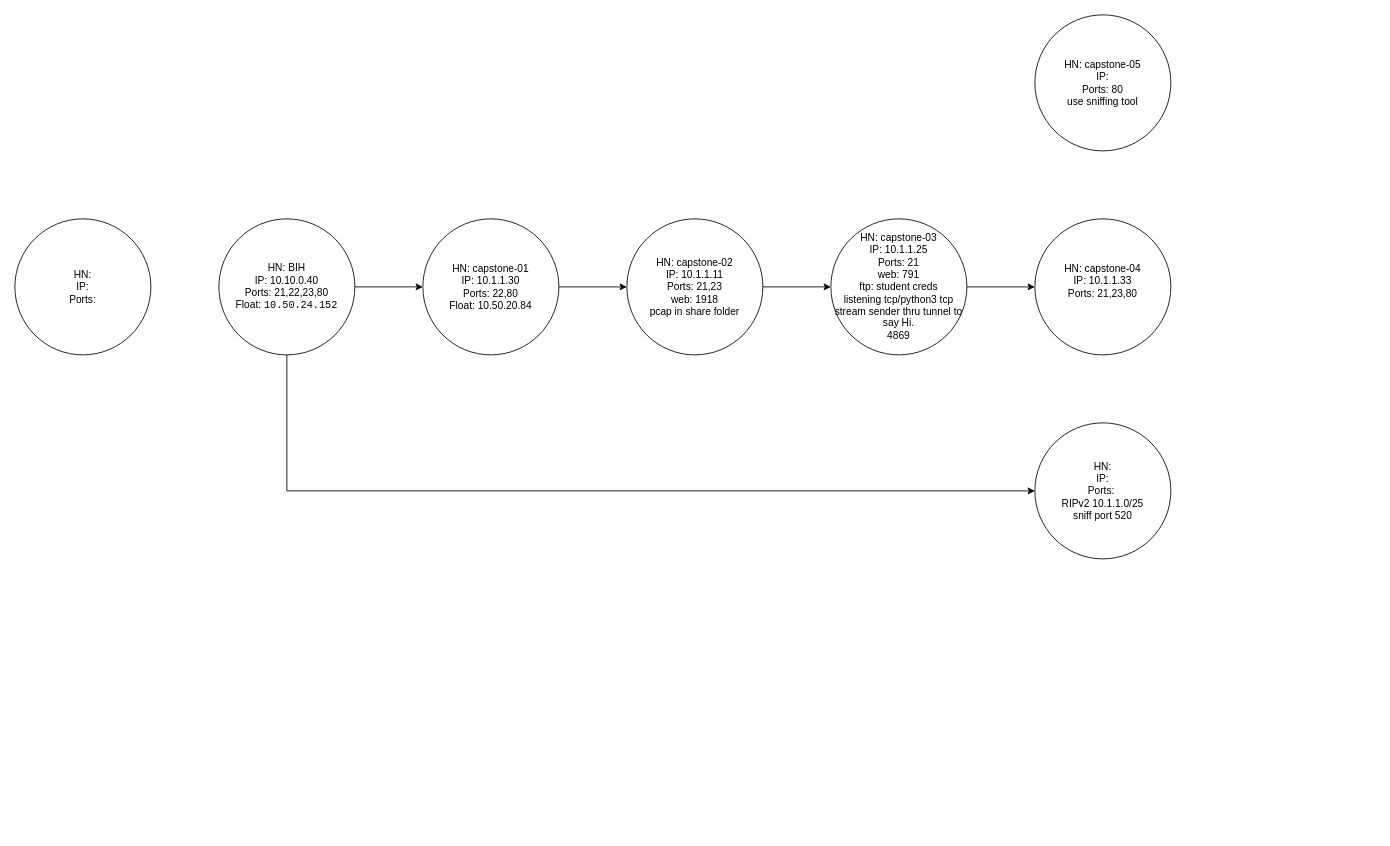
Above: capstonemap.drawio in matthewjrobinson24/networking (draw.io), before the change. Source tidied: cells renumbered, new cells numbered last; positions are measured from the earlier drawing's top-left corner, leaving out a move shared by most shapes. Both pictures are drawn from the tidied source at 85%, with x=0, y=0 at pixel (14, 14).
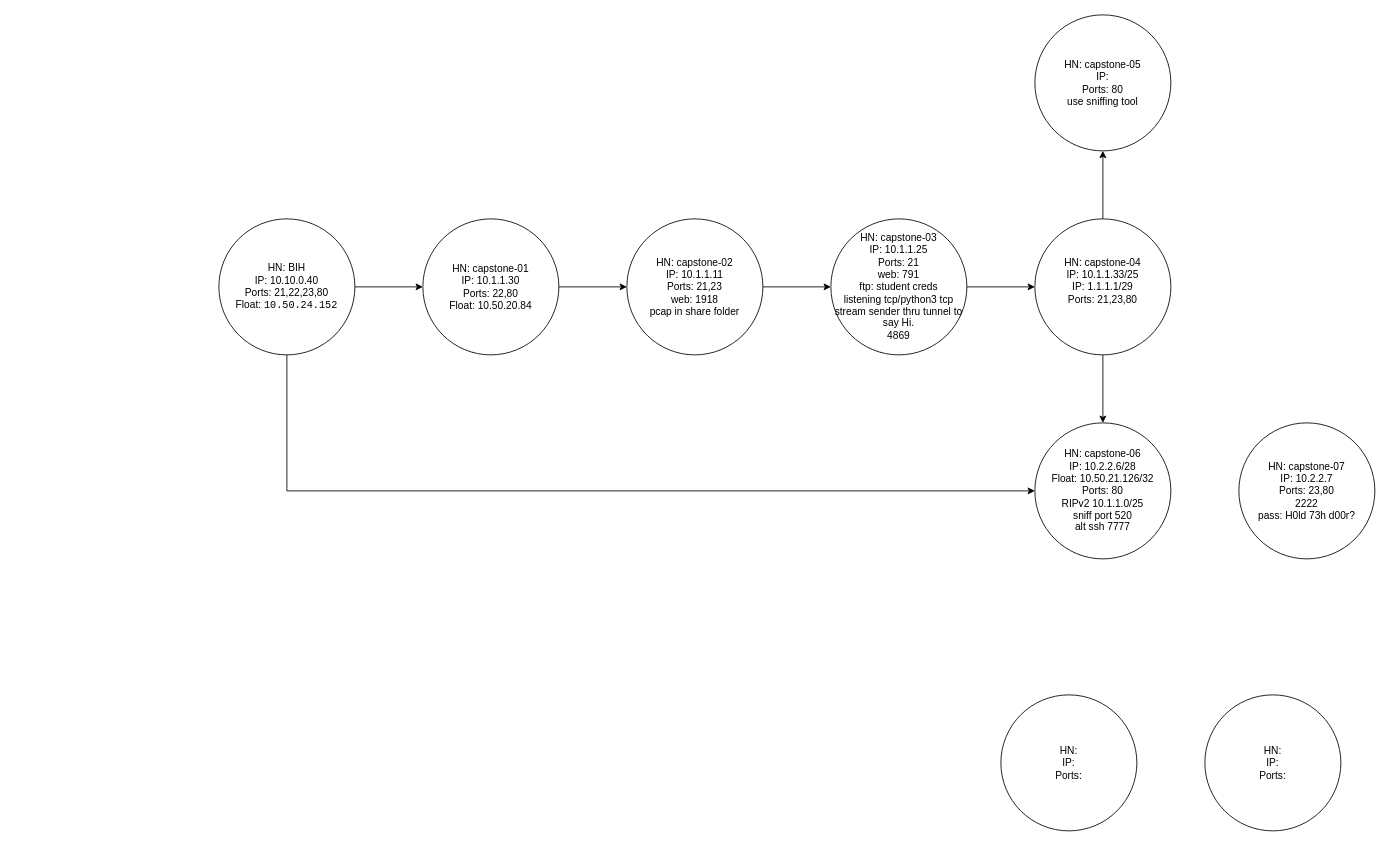
The same diagram, later.

Unchanged cells that the change refers to:
```xml
<mxCell id="8" value="&lt;div&gt;HN: capstone-05&lt;br&gt;&lt;/div&gt;&lt;div&gt;IP: &lt;br&gt;&lt;/div&gt;&lt;div&gt;Ports: 80&lt;/div&gt;&lt;div&gt;use sniffing tool&lt;br&gt;&lt;/div&gt;" style="ellipse;whiteSpace=wrap;html=1;" parent="1" vertex="1">
  <mxGeometry x="1200" width="160" height="160" as="geometry" />
</mxCell>
```

The edit, as a diff of the source:
```diff
@@
-    <mxCell id="4" value="&lt;div&gt;HN: &lt;br&gt;&lt;/div&gt;&lt;div&gt;IP: &lt;br&gt;&lt;/div&gt;&lt;div&gt;Ports: &lt;br&gt;&lt;/div&gt;" style="ellipse;whiteSpace=wrap;html=1;" parent="1" vertex="1">
-      <mxGeometry y="240" width="160" height="160" as="geometry" />
-    </mxCell>
@@
-    <mxCell id="7" value="&lt;div&gt;HN: capstone-04&lt;br&gt;&lt;/div&gt;&lt;div&gt;IP: 10.1.1.33&lt;br&gt;&lt;/div&gt;&lt;div&gt;Ports: 21,23,80&lt;/div&gt;&lt;div&gt;&lt;br&gt;&lt;/div&gt;" style="ellipse;whiteSpace=wrap;html=1;" parent="1" vertex="1">
+    <mxCell id="7" value="&lt;div&gt;HN: capstone-04&lt;br&gt;&lt;/div&gt;&lt;div&gt;IP: 10.1.1.33/25&lt;/div&gt;&lt;div&gt;IP: 1.1.1.1/29&lt;br&gt;&lt;/div&gt;&lt;div&gt;Ports: 21,23,80&lt;/div&gt;&lt;div&gt;&lt;br&gt;&lt;/div&gt;" style="ellipse;whiteSpace=wrap;html=1;" parent="1" vertex="1">
       <mxGeometry x="1200" y="240" width="160" height="160" as="geometry" />
     </mxCell>
@@
-    <mxCell id="9" value="&lt;div&gt;HN: &lt;br&gt;&lt;/div&gt;&lt;div&gt;IP: &lt;br&gt;&lt;/div&gt;&lt;div&gt;Ports:&amp;nbsp;&lt;/div&gt;&lt;div&gt;RIPv2 10.1.1.0/25&lt;/div&gt;&lt;div&gt;sniff port 520&lt;br&gt;&lt;/div&gt;" style="ellipse;whiteSpace=wrap;html=1;" parent="1" vertex="1">
+    <mxCell id="9" value="&lt;div&gt;HN: capstone-06&lt;br&gt;&lt;/div&gt;&lt;div&gt;IP: 10.2.2.6/28&lt;br&gt;&lt;/div&gt;&lt;div&gt;Float: 10.50.21.126/32&lt;br&gt;&lt;/div&gt;&lt;div&gt;Ports: 80&lt;/div&gt;&lt;div&gt;RIPv2 10.1.1.0/25&lt;/div&gt;&lt;div&gt;sniff port 520&lt;/div&gt;&lt;div&gt;alt ssh 7777&lt;br&gt;&lt;/div&gt;" style="ellipse;whiteSpace=wrap;html=1;" parent="1" vertex="1">
       <mxGeometry x="1200" y="480" width="160" height="160" as="geometry" />
     </mxCell>
@@
+    <mxCell id="16" style="endArrow=classic;html=1;rounded=0;exitX=0.5;exitY=0;exitDx=0;exitDy=0;entryX=0.5;entryY=1;entryDx=0;entryDy=0;" parent="1" edge="1" source="7" target="8">
+      <mxGeometry relative="1" as="geometry" />
+    </mxCell>
+    <mxCell id="17" style="endArrow=classic;html=1;rounded=0;exitX=0.5;exitY=1;exitDx=0;exitDy=0;entryX=0.5;entryY=0;entryDx=0;entryDy=0;" parent="1" edge="1" source="7" target="9">
+      <mxGeometry relative="1" as="geometry" />
+    </mxCell>
+    <mxCell id="18" value="&lt;div&gt;HN: capstone-07&lt;br&gt;&lt;/div&gt;&lt;div&gt;IP: 10.2.2.7&lt;br&gt;&lt;/div&gt;&lt;div&gt;Ports: 23,80&lt;/div&gt;&lt;div&gt;2222&lt;/div&gt;&lt;div&gt;pass: H0ld 73h d00r?&lt;br&gt;&lt;/div&gt;" style="ellipse;whiteSpace=wrap;html=1;" parent="1" vertex="1">
+      <mxGeometry x="1440" y="480" width="160" height="160" as="geometry" />
+    </mxCell>
+    <mxCell id="19" value="&lt;div&gt;HN: &lt;br&gt;&lt;/div&gt;&lt;div&gt;IP: &lt;br&gt;&lt;/div&gt;&lt;div&gt;Ports: &lt;br&gt;&lt;/div&gt;" style="ellipse;whiteSpace=wrap;html=1;" parent="1" vertex="1">
+      <mxGeometry x="1160" y="800" width="160" height="160" as="geometry" />
+    </mxCell>
+    <mxCell id="20" value="&lt;div&gt;HN: &lt;br&gt;&lt;/div&gt;&lt;div&gt;IP: &lt;br&gt;&lt;/div&gt;&lt;div&gt;Ports: &lt;br&gt;&lt;/div&gt;" style="ellipse;whiteSpace=wrap;html=1;" parent="1" vertex="1">
+      <mxGeometry x="1400" y="800" width="160" height="160" as="geometry" />
+    </mxCell>
```
